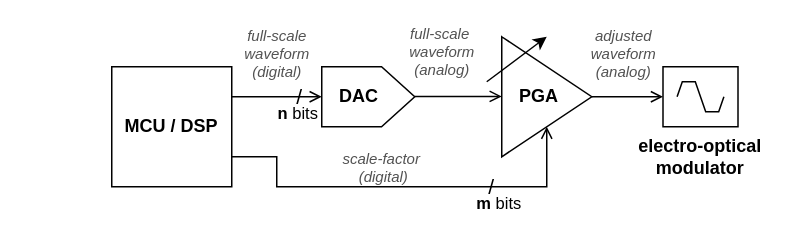
The draw.io diagram img/dedicated_gain_stage.drawio in slawomir-niespodziany/sdk_modulator, before the edit. Source tidied: cells renumbered, new cells numbered last; positions are measured from the earlier drawing's top-left corner, leaving out a move shared by most shapes. Both pictures are drawn from the tidied source at 150%, with x=0, y=0 at pixel (111, 36).
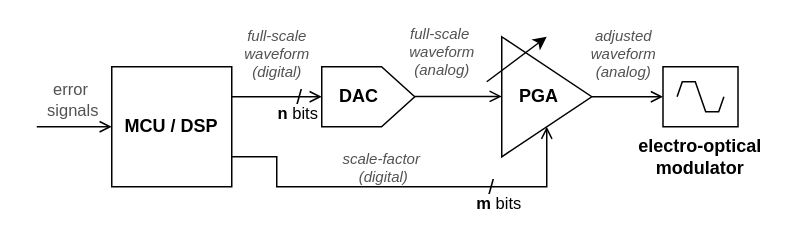
Above is the later version.

The change refers to these unchanged cells:
```xml
<mxCell id="19" value="MCU / DSP" style="rounded=0;whiteSpace=wrap;html=1;fontStyle=1;" parent="1" vertex="1">
  <mxGeometry y="20" width="80" height="80" as="geometry" />
</mxCell>
```

Change to the diagram source:
```diff
@@
+    <mxCell id="23" style="edgeStyle=orthogonalEdgeStyle;rounded=0;jettySize=auto;html=1;exitX=0;exitY=0.5;exitDx=0;exitDy=0;endArrow=none;endFill=0;startArrow=open;startFill=0;" parent="1" edge="1" source="19">
+      <mxGeometry relative="1" as="geometry">
+        <mxPoint x="-50" y="60" as="targetPoint" />
+      </mxGeometry>
+    </mxCell>
+    <mxCell id="24" value="&lt;div&gt;error&amp;nbsp;&lt;/div&gt;&lt;div&gt;signals&lt;/div&gt;" style="edgeLabel;html=1;align=center;verticalAlign=middle;fontColor=#525252;" parent="23" vertex="1">
+      <mxGeometry x="0.19" relative="1" as="geometry">
+        <mxPoint x="3" y="-19" as="offset" />
+      </mxGeometry>
+    </mxCell>
```
